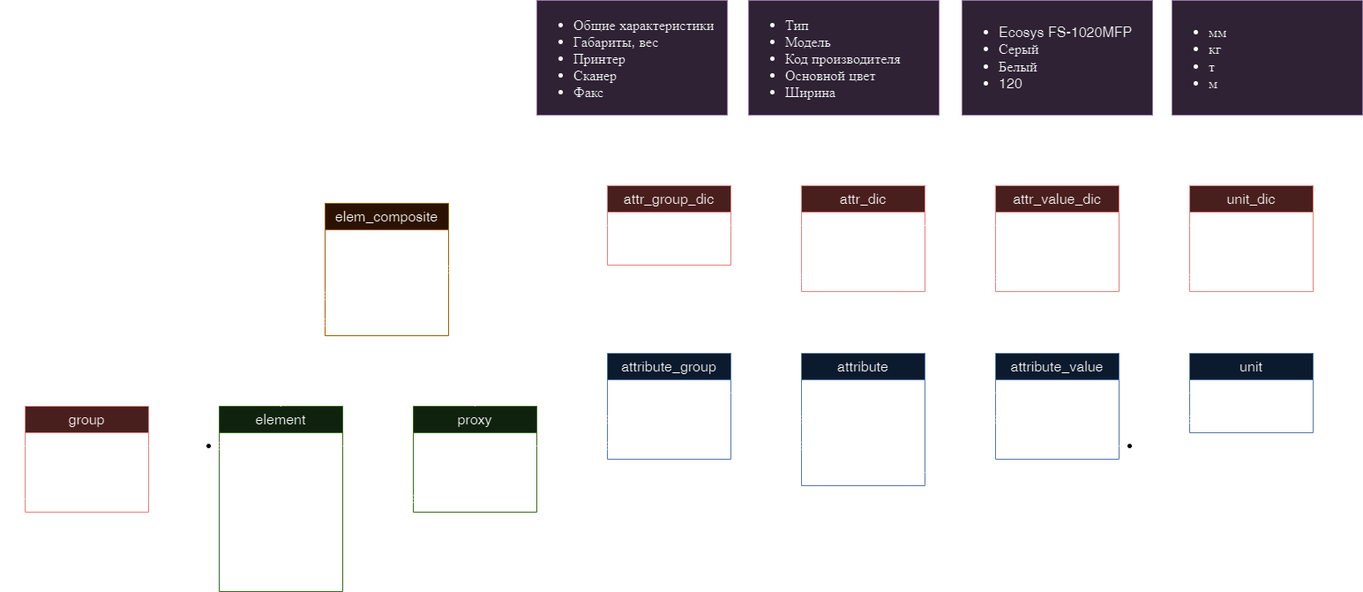
The draw.io diagram ОборудованиеDB.drawio (1).png in AlexandrSB/DataBase, before a commit. Source tidied: cells renumbered, new cells last; positions are measured from the earlier drawing's top-left corner, leaving out a move shared by most shapes.
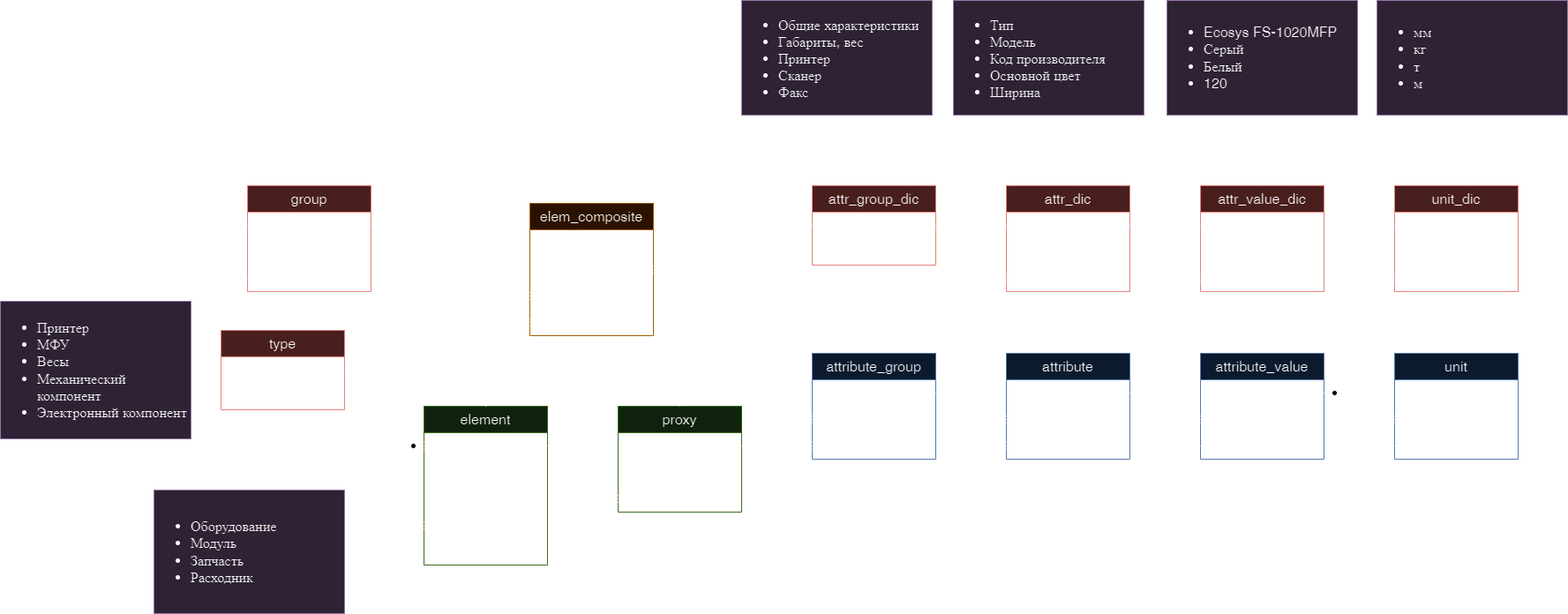
After the commit.

Change to the diagram source:
```diff
@@ -3,39 +3,36 @@
     <mxCell id="0" />
     <mxCell id="1" parent="0" />
     <mxCell id="2" value="&lt;font style=&quot;font-size: 16px;&quot;&gt;attribute&lt;/font&gt;" style="swimlane;fontStyle=0;horizontal=1;startSize=30;whiteSpace=wrap;html=1;fillColor=#dae8fc;strokeColor=#6c8ebf;" parent="1" vertex="1">
-      <mxGeometry x="900" y="400" width="140" height="150" as="geometry" />
+      <mxGeometry x="900" y="400" width="140" height="120" as="geometry" />
     </mxCell>
     <mxCell id="3" value="&lt;font style=&quot;font-size: 14px;&quot;&gt;id&lt;/font&gt;" style="text;strokeColor=none;fillColor=none;align=left;verticalAlign=middle;spacingLeft=4;spacingRight=4;overflow=hidden;points=[[0,0.5],[1,0.5]];portConstraint=eastwest;whiteSpace=wrap;html=1;" parent="2" vertex="1">
       <mxGeometry y="30" width="140" height="30" as="geometry" />
     </mxCell>
-    <mxCell id="4" value="&lt;font style=&quot;font-size: 14px;&quot;&gt;attr_id&lt;/font&gt;" style="text;strokeColor=none;fillColor=none;align=left;verticalAlign=middle;spacingLeft=4;spacingRight=4;overflow=hidden;points=[[0,0.5],[1,0.5]];portConstraint=eastwest;whiteSpace=wrap;html=1;" parent="2" vertex="1">
+    <mxCell id="4" value="&lt;font style=&quot;font-size: 14px;&quot;&gt;attr_dic_id&lt;/font&gt;" style="text;strokeColor=none;fillColor=none;align=left;verticalAlign=middle;spacingLeft=4;spacingRight=4;overflow=hidden;points=[[0,0.5],[1,0.5]];portConstraint=eastwest;whiteSpace=wrap;html=1;" parent="2" vertex="1">
       <mxGeometry y="60" width="140" height="30" as="geometry" />
     </mxCell>
     <mxCell id="5" value="&lt;font style=&quot;font-size: 14px;&quot;&gt;attr_group_id&lt;/font&gt;" style="text;strokeColor=none;fillColor=none;align=left;verticalAlign=middle;spacingLeft=4;spacingRight=4;overflow=hidden;points=[[0,0.5],[1,0.5]];portConstraint=eastwest;whiteSpace=wrap;html=1;" parent="2" vertex="1">
       <mxGeometry y="90" width="140" height="30" as="geometry" />
     </mxCell>
-    <mxCell id="6" value="&lt;font style=&quot;font-size: 14px;&quot;&gt;attr_value_id&lt;/font&gt;" style="text;strokeColor=none;fillColor=none;align=left;verticalAlign=middle;spacingLeft=4;spacingRight=4;overflow=hidden;points=[[0,0.5],[1,0.5]];portConstraint=eastwest;whiteSpace=wrap;html=1;" parent="2" vertex="1">
-      <mxGeometry y="120" width="140" height="30" as="geometry" />
-    </mxCell>
     <mxCell id="7" value="&lt;span style=&quot;font-size: 16px;&quot;&gt;attribute_value&lt;/span&gt;" style="swimlane;fontStyle=0;horizontal=1;startSize=30;whiteSpace=wrap;html=1;fillColor=#dae8fc;strokeColor=#6c8ebf;" parent="1" vertex="1">
       <mxGeometry x="1120" y="400" width="140" height="120" as="geometry" />
     </mxCell>
     <mxCell id="8" value="&lt;font style=&quot;font-size: 14px;&quot;&gt;id&lt;/font&gt;" style="text;strokeColor=none;fillColor=none;align=left;verticalAlign=middle;spacingLeft=4;spacingRight=4;overflow=hidden;points=[[0,0.5],[1,0.5]];portConstraint=eastwest;whiteSpace=wrap;html=1;" parent="7" vertex="1">
       <mxGeometry y="30" width="140" height="30" as="geometry" />
     </mxCell>
-    <mxCell id="9" value="&lt;font style=&quot;font-size: 14px;&quot;&gt;attr_value_id&lt;br&gt;&lt;/font&gt;" style="text;strokeColor=none;fillColor=none;align=left;verticalAlign=middle;spacingLeft=4;spacingRight=4;overflow=hidden;points=[[0,0.5],[1,0.5]];portConstraint=eastwest;whiteSpace=wrap;html=1;" parent="7" vertex="1">
+    <mxCell id="9" value="&lt;font style=&quot;font-size: 14px;&quot;&gt;attr_value_dic_id&lt;br&gt;&lt;/font&gt;" style="text;strokeColor=none;fillColor=none;align=left;verticalAlign=middle;spacingLeft=4;spacingRight=4;overflow=hidden;points=[[0,0.5],[1,0.5]];portConstraint=eastwest;whiteSpace=wrap;html=1;" parent="7" vertex="1">
       <mxGeometry y="60" width="140" height="30" as="geometry" />
     </mxCell>
-    <mxCell id="10" value="&lt;font style=&quot;font-size: 14px;&quot;&gt;unit_id&lt;br&gt;&lt;/font&gt;" style="text;strokeColor=none;fillColor=none;align=left;verticalAlign=middle;spacingLeft=4;spacingRight=4;overflow=hidden;points=[[0,0.5],[1,0.5]];portConstraint=eastwest;whiteSpace=wrap;html=1;" parent="7" vertex="1">
-      <mxGeometry y="90" width="140" height="30" as="geometry" />
-    </mxCell>
+    <mxCell id="78" value="&lt;font style=&quot;font-size: 14px;&quot;&gt;attr_id&lt;/font&gt;" style="text;strokeColor=none;fillColor=none;align=left;verticalAlign=middle;spacingLeft=4;spacingRight=4;overflow=hidden;points=[[0,0.5],[1,0.5]];portConstraint=eastwest;whiteSpace=wrap;html=1;" parent="7" vertex="1">
+      <mxGeometry y="90" width="140" height="30" as="geometry" />
+    </mxCell>
     <mxCell id="11" value="&lt;font style=&quot;font-size: 16px;&quot;&gt;attribute_group&lt;/font&gt;" style="swimlane;fontStyle=0;horizontal=1;startSize=30;whiteSpace=wrap;html=1;fillColor=#dae8fc;strokeColor=#6c8ebf;" parent="1" vertex="1">
       <mxGeometry x="680" y="400" width="140" height="120" as="geometry" />
     </mxCell>
     <mxCell id="12" value="&lt;font style=&quot;font-size: 14px;&quot;&gt;id&lt;/font&gt;" style="text;strokeColor=none;fillColor=none;align=left;verticalAlign=middle;spacingLeft=4;spacingRight=4;overflow=hidden;points=[[0,0.5],[1,0.5]];portConstraint=eastwest;whiteSpace=wrap;html=1;" parent="11" vertex="1">
       <mxGeometry y="30" width="140" height="30" as="geometry" />
     </mxCell>
-    <mxCell id="13" value="&lt;font style=&quot;font-size: 14px;&quot;&gt;attr_group_id&lt;/font&gt;" style="text;strokeColor=none;fillColor=none;align=left;verticalAlign=middle;spacingLeft=4;spacingRight=4;overflow=hidden;points=[[0,0.5],[1,0.5]];portConstraint=eastwest;whiteSpace=wrap;html=1;" parent="11" vertex="1">
+    <mxCell id="13" value="&lt;font style=&quot;font-size: 14px;&quot;&gt;attr_group_dic_id&lt;/font&gt;" style="text;strokeColor=none;fillColor=none;align=left;verticalAlign=middle;spacingLeft=4;spacingRight=4;overflow=hidden;points=[[0,0.5],[1,0.5]];portConstraint=eastwest;whiteSpace=wrap;html=1;" parent="11" vertex="1">
       <mxGeometry y="60" width="140" height="30" as="geometry" />
     </mxCell>
     <mxCell id="14" value="&lt;span style=&quot;font-size: 14px;&quot;&gt;proxy_id&lt;/span&gt;" style="text;strokeColor=none;fillColor=none;align=left;verticalAlign=middle;spacingLeft=4;spacingRight=4;overflow=hidden;points=[[0,0.5],[1,0.5]];portConstraint=eastwest;whiteSpace=wrap;html=1;" parent="11" vertex="1">
@@ -62,7 +59,7 @@
       <mxGeometry y="90" width="140" height="30" as="geometry" />
     </mxCell>
     <mxCell id="20" value="&lt;span style=&quot;font-size: 16px;&quot;&gt;unit&lt;/span&gt;" style="swimlane;fontStyle=0;horizontal=1;startSize=30;whiteSpace=wrap;html=1;fillColor=#dae8fc;strokeColor=#6c8ebf;" parent="1" vertex="1">
-      <mxGeometry x="1340" y="400" width="140" height="90" as="geometry" />
+      <mxGeometry x="1340" y="400" width="140" height="120" as="geometry" />
     </mxCell>
     <mxCell id="21" value="&lt;font style=&quot;font-size: 14px;&quot;&gt;id&lt;/font&gt;" style="text;strokeColor=none;fillColor=none;align=left;verticalAlign=middle;spacingLeft=4;spacingRight=4;overflow=hidden;points=[[0,0.5],[1,0.5]];portConstraint=eastwest;whiteSpace=wrap;html=1;" parent="20" vertex="1">
       <mxGeometry y="30" width="140" height="30" as="geometry" />
@@ -70,8 +67,11 @@
     <mxCell id="22" value="&lt;font style=&quot;font-size: 14px;&quot;&gt;unit_dic_id&lt;/font&gt;" style="text;strokeColor=none;fillColor=none;align=left;verticalAlign=middle;spacingLeft=4;spacingRight=4;overflow=hidden;points=[[0,0.5],[1,0.5]];portConstraint=eastwest;whiteSpace=wrap;html=1;" parent="20" vertex="1">
       <mxGeometry y="60" width="140" height="30" as="geometry" />
     </mxCell>
+    <mxCell id="6" value="&lt;font style=&quot;font-size: 14px;&quot;&gt;attr_value_id&lt;br&gt;&lt;/font&gt;" style="text;strokeColor=none;fillColor=none;align=left;verticalAlign=middle;spacingLeft=4;spacingRight=4;overflow=hidden;points=[[0,0.5],[1,0.5]];portConstraint=eastwest;whiteSpace=wrap;html=1;" parent="20" vertex="1">
+      <mxGeometry y="90" width="140" height="30" as="geometry" />
+    </mxCell>
     <mxCell id="23" value="&lt;span style=&quot;font-size: 16px;&quot;&gt;element&lt;/span&gt;" style="swimlane;fontStyle=0;horizontal=1;startSize=30;whiteSpace=wrap;html=1;fillColor=#d5e8d4;strokeColor=#82b366;" parent="1" vertex="1">
-      <mxGeometry x="240" y="460" width="140" height="210" as="geometry" />
+      <mxGeometry x="240" y="460" width="140" height="180" as="geometry" />
     </mxCell>
     <mxCell id="24" value="&lt;font style=&quot;font-size: 14px;&quot;&gt;id&lt;/font&gt;" style="text;align=left;verticalAlign=middle;spacingLeft=4;spacingRight=4;overflow=hidden;points=[[0,0.5],[1,0.5]];portConstraint=eastwest;whiteSpace=wrap;html=1;" parent="23" vertex="1">
       <mxGeometry y="30" width="140" height="30" as="geometry" />
@@ -82,15 +82,12 @@
     <mxCell id="26" value="&lt;font style=&quot;font-size: 14px;&quot;&gt;description&lt;br&gt;&lt;/font&gt;" style="text;strokeColor=none;fillColor=none;align=left;verticalAlign=middle;spacingLeft=4;spacingRight=4;overflow=hidden;whiteSpace=wrap;html=1;" parent="23" vertex="1">
       <mxGeometry y="90" width="140" height="30" as="geometry" />
     </mxCell>
+    <mxCell id="28" value="&lt;font style=&quot;font-size: 14px;&quot;&gt;type_id&lt;br&gt;&lt;/font&gt;" style="text;strokeColor=none;fillColor=none;align=left;verticalAlign=middle;spacingLeft=4;spacingRight=4;overflow=hidden;points=[[0,0.5],[1,0.5]];portConstraint=eastwest;whiteSpace=wrap;html=1;" parent="23" vertex="1">
+      <mxGeometry y="120" width="140" height="30" as="geometry" />
+    </mxCell>
     <mxCell id="27" value="&lt;font style=&quot;font-size: 14px;&quot;&gt;category&lt;br&gt;&lt;/font&gt;" style="text;strokeColor=none;fillColor=none;align=left;verticalAlign=middle;spacingLeft=4;spacingRight=4;overflow=hidden;points=[[0,0.5],[1,0.5]];portConstraint=eastwest;whiteSpace=wrap;html=1;" parent="23" vertex="1">
-      <mxGeometry y="120" width="140" height="30" as="geometry" />
+      <mxGeometry y="150" width="140" height="30" as="geometry" />
     </mxCell>
-    <mxCell id="28" value="&lt;font style=&quot;font-size: 14px;&quot;&gt;type&lt;br&gt;&lt;/font&gt;" style="text;strokeColor=none;fillColor=none;align=left;verticalAlign=middle;spacingLeft=4;spacingRight=4;overflow=hidden;points=[[0,0.5],[1,0.5]];portConstraint=eastwest;whiteSpace=wrap;html=1;" parent="23" vertex="1">
-      <mxGeometry y="150" width="140" height="30" as="geometry" />
-    </mxCell>
-    <mxCell id="29" value="&lt;font style=&quot;font-size: 14px;&quot;&gt;proxy_id&lt;br&gt;&lt;/font&gt;" style="text;strokeColor=none;fillColor=none;align=left;verticalAlign=middle;spacingLeft=4;spacingRight=4;overflow=hidden;whiteSpace=wrap;html=1;" parent="23" vertex="1">
-      <mxGeometry y="180" width="140" height="30" as="geometry" />
-    </mxCell>
     <mxCell id="30" value="&lt;span style=&quot;font-size: 16px;&quot;&gt;elem_composite&lt;/span&gt;" style="swimlane;fontStyle=0;horizontal=1;startSize=30;whiteSpace=wrap;html=1;fillColor=#ffe6cc;strokeColor=#d79b00;" parent="1" vertex="1">
       <mxGeometry x="360" y="230" width="140" height="150" as="geometry" />
     </mxCell>
@@ -124,7 +121,7 @@
       </mxGeometry>
     </mxCell>
     <mxCell id="38" value="&lt;span style=&quot;font-size: 16px;&quot;&gt;group&lt;/span&gt;" style="swimlane;fontStyle=0;horizontal=1;startSize=30;whiteSpace=wrap;html=1;fillColor=#f8cecc;strokeColor=#b85450;" parent="1" vertex="1">
-      <mxGeometry x="20" y="460" width="140" height="120" as="geometry" />
+      <mxGeometry x="40" y="210" width="140" height="120" as="geometry" />
     </mxCell>
     <mxCell id="39" value="&lt;font style=&quot;font-size: 14px;&quot;&gt;id&lt;/font&gt;" style="text;strokeColor=none;fillColor=none;align=left;verticalAlign=middle;spacingLeft=4;spacingRight=4;overflow=hidden;points=[[0,0.5],[1,0.5]];portConstraint=eastwest;whiteSpace=wrap;html=1;" parent="38" vertex="1">
       <mxGeometry y="30" width="140" height="30" as="geometry" />
@@ -175,7 +172,7 @@
     <mxCell id="51" value="&lt;font style=&quot;font-size: 14px;&quot;&gt;name&lt;br&gt;&lt;/font&gt;" style="text;strokeColor=none;fillColor=none;align=left;verticalAlign=middle;spacingLeft=4;spacingRight=4;overflow=hidden;whiteSpace=wrap;html=1;" parent="49" vertex="1">
       <mxGeometry y="60" width="140" height="30" as="geometry" />
     </mxCell>
-    <mxCell id="52" value="&lt;font style=&quot;font-size: 14px;&quot;&gt;attr_group_id&lt;/font&gt;" style="text;strokeColor=none;fillColor=none;align=left;verticalAlign=middle;spacingLeft=4;spacingRight=4;overflow=hidden;points=[[0,0.5],[1,0.5]];portConstraint=eastwest;whiteSpace=wrap;html=1;" parent="49" vertex="1">
+    <mxCell id="52" value="&lt;font style=&quot;font-size: 14px;&quot;&gt;attr_group_dic_id&lt;/font&gt;" style="text;strokeColor=none;fillColor=none;align=left;verticalAlign=middle;spacingLeft=4;spacingRight=4;overflow=hidden;points=[[0,0.5],[1,0.5]];portConstraint=eastwest;whiteSpace=wrap;html=1;" parent="49" vertex="1">
       <mxGeometry y="90" width="140" height="30" as="geometry" />
     </mxCell>
     <mxCell id="53" style="edgeStyle=orthogonalEdgeStyle;fontSize=12;html=1;endArrow=ERoneToMany;rounded=0;exitX=0;exitY=0.5;exitDx=0;exitDy=0;entryX=0;entryY=0.5;entryDx=0;entryDy=0;" parent="1" edge="1" source="50" target="4">
@@ -225,11 +222,11 @@
         </Array>
       </mxGeometry>
     </mxCell>
-    <mxCell id="62" style="edgeStyle=orthogonalEdgeStyle;fontSize=12;html=1;endArrow=ERmandOne;startArrow=ERmandOne;rounded=0;entryX=0;entryY=0.5;entryDx=0;entryDy=0;exitX=1;exitY=0.5;exitDx=0;exitDy=0;" parent="1" edge="1" source="6" target="8">
+    <mxCell id="62" style="edgeStyle=orthogonalEdgeStyle;fontSize=12;html=1;endArrow=ERmandOne;startArrow=ERmandOne;rounded=0;entryX=0;entryY=0.5;entryDx=0;entryDy=0;exitX=1;exitY=0.5;exitDx=0;exitDy=0;" parent="1" edge="1" source="3" target="78">
       <mxGeometry relative="1" as="geometry">
         <Array as="points">
-          <mxPoint x="1070" y="535" />
           <mxPoint x="1070" y="445" />
+          <mxPoint x="1070" y="505" />
         </Array>
       </mxGeometry>
     </mxCell>
@@ -258,13 +255,18 @@
         <Array as="points">
           <mxPoint x="1070" y="255" />
           <mxPoint x="1070" y="360" />
-          <mxPoint x="1280" y="360" />
-          <mxPoint x="1280" y="315" />
+          <mxPoint x="1290" y="360" />
+          <mxPoint x="1290" y="315" />
         </Array>
       </mxGeometry>
     </mxCell>
-    <mxCell id="69" style="edgeStyle=orthogonalEdgeStyle;fontSize=12;html=1;endArrow=ERzeroToOne;endFill=1;rounded=0;entryX=1;entryY=0.5;entryDx=0;entryDy=0;exitX=0;exitY=0.5;exitDx=0;exitDy=0;" parent="1" edge="1" source="21" target="10">
-      <mxGeometry relative="1" as="geometry" />
+    <mxCell id="69" style="edgeStyle=orthogonalEdgeStyle;fontSize=12;html=1;endArrow=ERzeroToOne;endFill=1;rounded=0;entryX=1;entryY=0.5;entryDx=0;entryDy=0;exitX=0;exitY=0.5;exitDx=0;exitDy=0;" parent="1" edge="1" source="6" target="8">
+      <mxGeometry relative="1" as="geometry">
+        <Array as="points">
+          <mxPoint x="1290" y="505" />
+          <mxPoint x="1290" y="445" />
+        </Array>
+      </mxGeometry>
     </mxCell>
     <mxCell id="70" style="edgeStyle=orthogonalEdgeStyle;rounded=0;jettySize=auto;html=1;" parent="1" edge="1" source="71" target="56">
       <mxGeometry relative="1" as="geometry" />
@@ -290,5 +292,34 @@
     <mxCell id="77" value="&lt;ul style=&quot;font-size: 16px;&quot;&gt;&lt;li&gt;мм&lt;/li&gt;&lt;li&gt;кг&lt;/li&gt;&lt;li&gt;т&lt;/li&gt;&lt;li&gt;м&lt;/li&gt;&lt;/ul&gt;" style="text;strokeColor=#9673a6;fillColor=#e1d5e7;html=1;whiteSpace=wrap;verticalAlign=middle;overflow=hidden;" parent="1" vertex="1">
       <mxGeometry x="1320" width="216" height="130" as="geometry" />
     </mxCell>
+    <mxCell id="79" value="&lt;span style=&quot;font-size: 16px;&quot;&gt;type&lt;/span&gt;" style="swimlane;fontStyle=0;horizontal=1;startSize=30;whiteSpace=wrap;html=1;fillColor=#f8cecc;strokeColor=#b85450;" parent="1" vertex="1">
+      <mxGeometry x="10" y="374" width="140" height="90" as="geometry" />
+    </mxCell>
+    <mxCell id="80" value="&lt;font style=&quot;font-size: 14px;&quot;&gt;id&lt;/font&gt;" style="text;strokeColor=none;fillColor=none;align=left;verticalAlign=middle;spacingLeft=4;spacingRight=4;overflow=hidden;points=[[0,0.5],[1,0.5]];portConstraint=eastwest;whiteSpace=wrap;html=1;" parent="79" vertex="1">
+      <mxGeometry y="30" width="140" height="30" as="geometry" />
+    </mxCell>
+    <mxCell id="81" value="&lt;font style=&quot;font-size: 14px;&quot;&gt;name&lt;/font&gt;" style="text;strokeColor=none;fillColor=none;align=left;verticalAlign=middle;spacingLeft=4;spacingRight=4;overflow=hidden;whiteSpace=wrap;html=1;" parent="79" vertex="1">
+      <mxGeometry y="60" width="140" height="30" as="geometry" />
+    </mxCell>
+    <mxCell id="82" style="edgeStyle=orthogonalEdgeStyle;fontSize=12;html=1;endArrow=ERoneToMany;rounded=0;entryX=0;entryY=0.5;entryDx=0;entryDy=0;exitX=1;exitY=0.5;exitDx=0;exitDy=0;" parent="1" edge="1" source="80" target="28">
+      <mxGeometry relative="1" as="geometry">
+        <Array as="points">
+          <mxPoint x="180" y="419" />
+          <mxPoint x="180" y="595" />
+        </Array>
+      </mxGeometry>
+    </mxCell>
+    <mxCell id="83" style="edgeStyle=orthogonalEdgeStyle;rounded=0;jettySize=auto;html=1;entryX=0;entryY=0.5;entryDx=0;entryDy=0;" parent="1" edge="1" source="84" target="80">
+      <mxGeometry relative="1" as="geometry" />
+    </mxCell>
+    <mxCell id="84" value="&lt;ul style=&quot;font-size: 16px;&quot;&gt;&lt;li&gt;&lt;span style=&quot;background-color: initial;&quot;&gt;Принтер&lt;/span&gt;&lt;br&gt;&lt;/li&gt;&lt;li&gt;МФУ&lt;/li&gt;&lt;li&gt;Весы&lt;/li&gt;&lt;li&gt;Механический компонент&lt;/li&gt;&lt;li&gt;Электронный компонент&lt;/li&gt;&lt;/ul&gt;" style="text;strokeColor=#9673a6;fillColor=#e1d5e7;html=1;whiteSpace=wrap;verticalAlign=middle;overflow=hidden;" parent="1" vertex="1">
+      <mxGeometry x="-240" y="341" width="216" height="156" as="geometry" />
+    </mxCell>
+    <mxCell id="85" style="edgeStyle=orthogonalEdgeStyle;rounded=0;jettySize=auto;html=1;exitX=1;exitY=0.5;exitDx=0;exitDy=0;entryX=0;entryY=0.5;entryDx=0;entryDy=0;" parent="1" edge="1" source="86" target="27">
+      <mxGeometry relative="1" as="geometry" />
+    </mxCell>
+    <mxCell id="86" value="&lt;ul style=&quot;font-size: 16px;&quot;&gt;&lt;li&gt;Оборудование&lt;/li&gt;&lt;li&gt;Модуль&lt;/li&gt;&lt;li&gt;Запчасть&lt;/li&gt;&lt;li&gt;Расходник&lt;/li&gt;&lt;/ul&gt;" style="text;strokeColor=#9673a6;fillColor=#e1d5e7;html=1;whiteSpace=wrap;verticalAlign=middle;overflow=hidden;" parent="1" vertex="1">
+      <mxGeometry x="-66" y="555" width="216" height="140" as="geometry" />
+    </mxCell>
   </root>
 </mxGraphModel>
```
